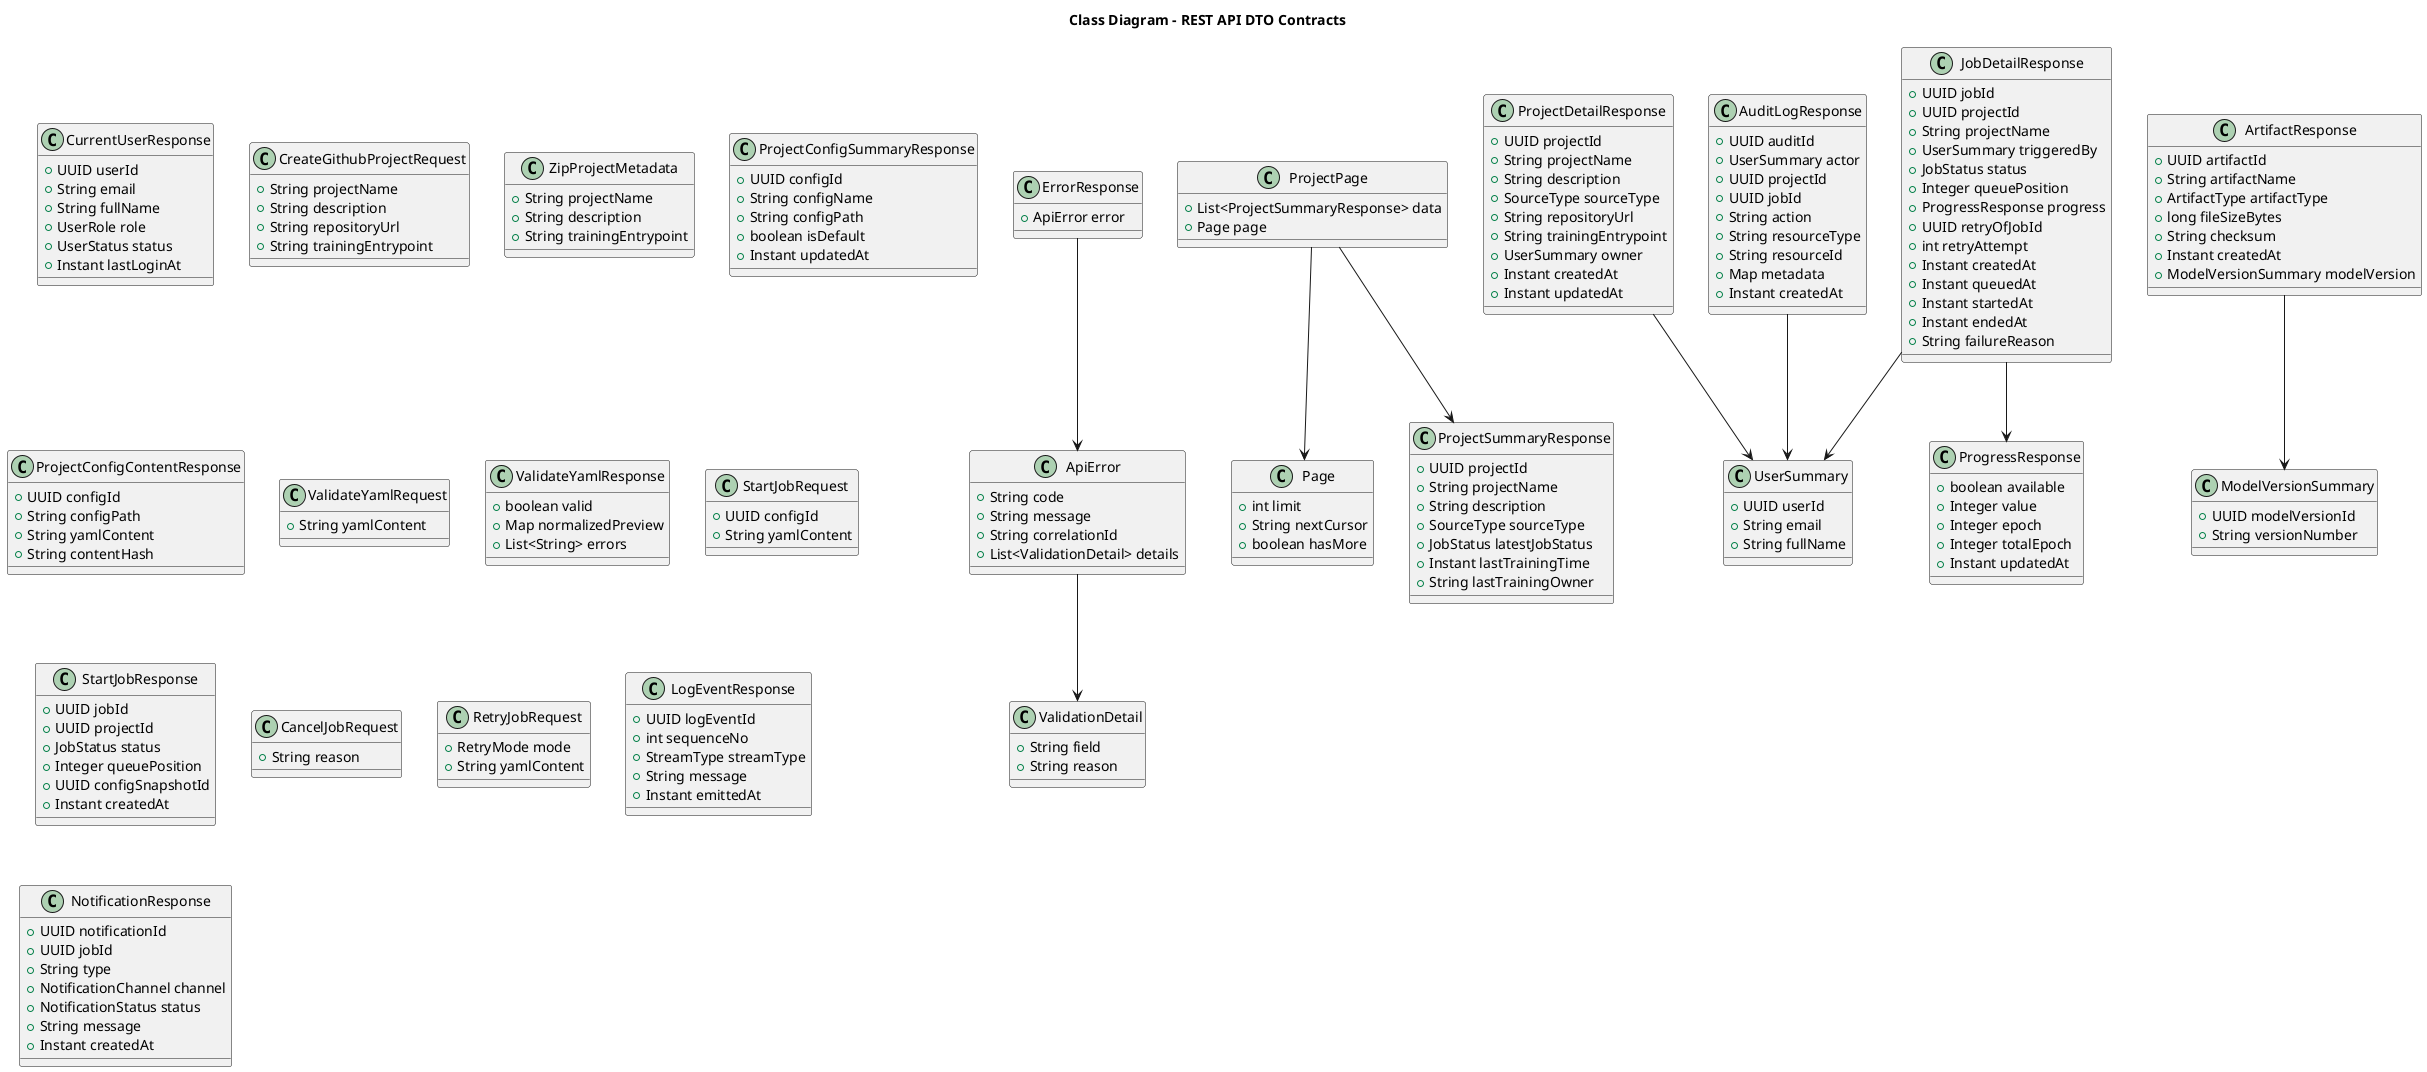
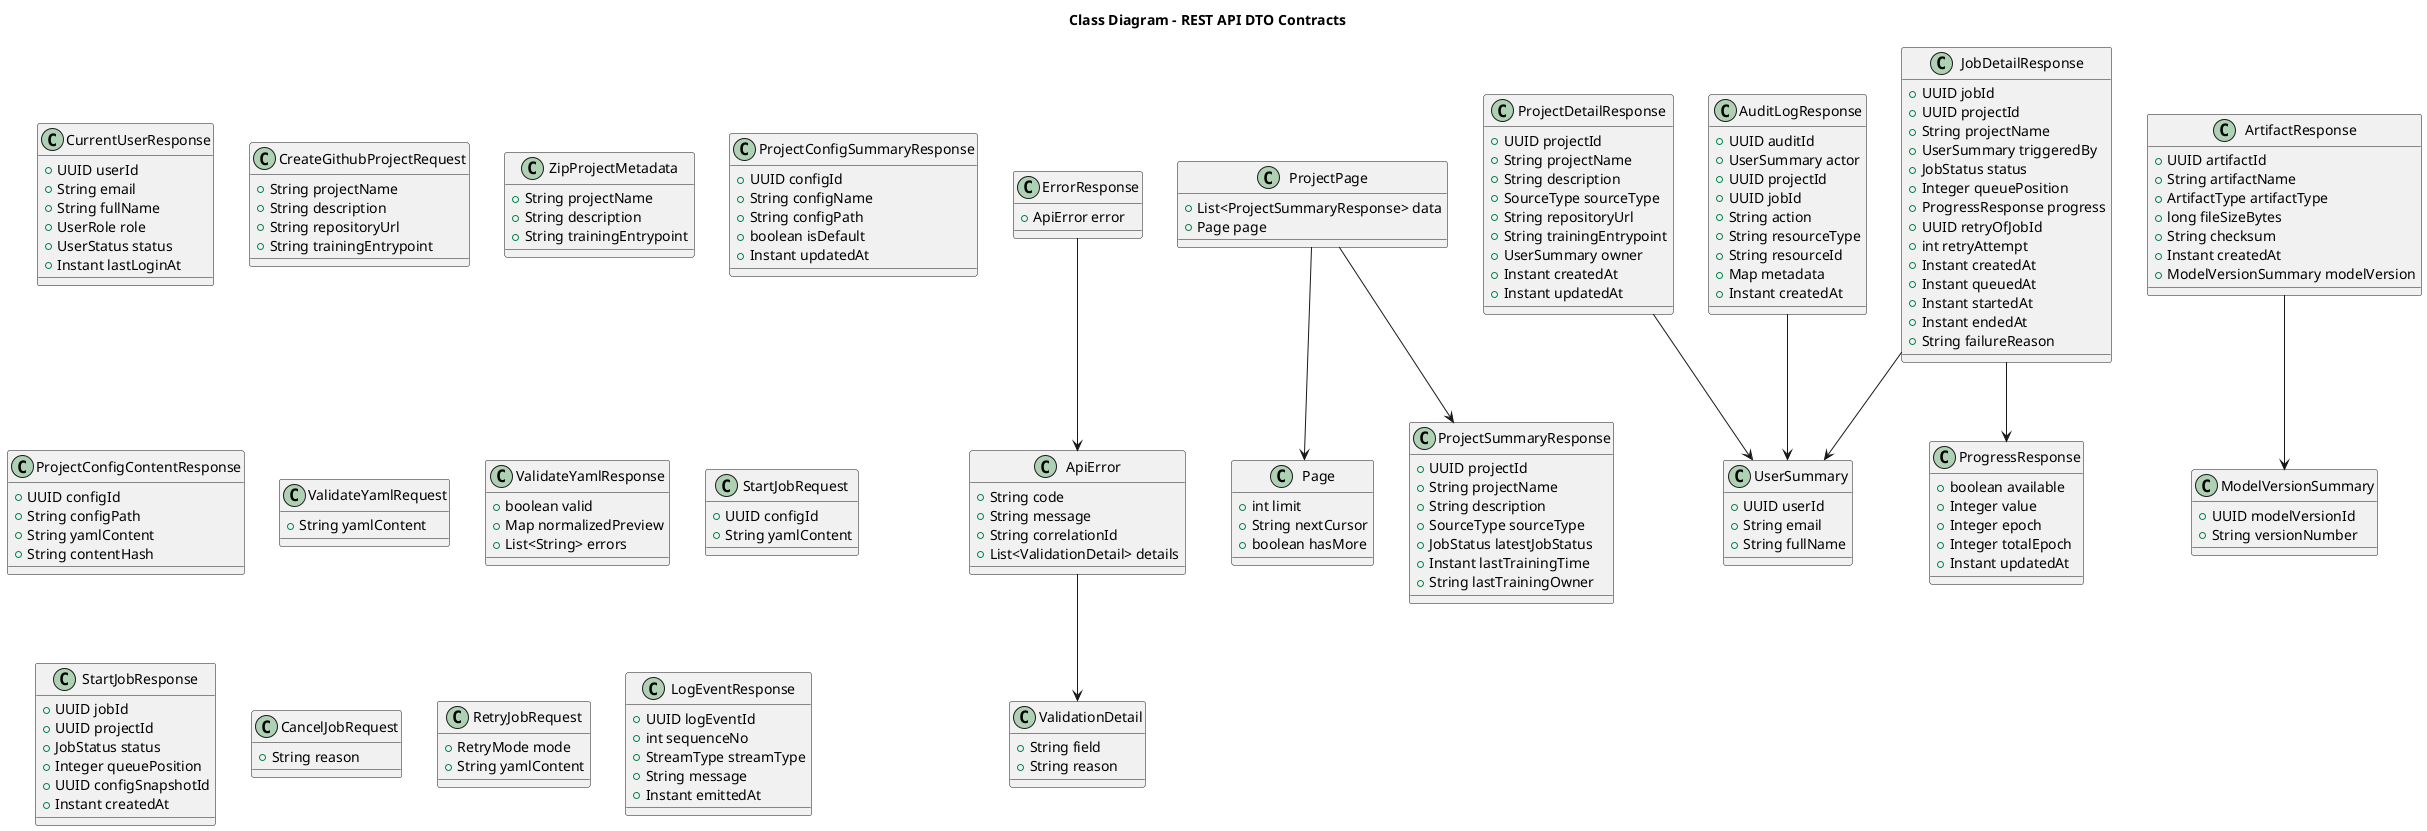
@startuml api_dto_class_diagram
title Class Diagram - REST API DTO Contracts

class ErrorResponse {
  +ApiError error
}

class ApiError {
  +String code
  +String message
  +String correlationId
  +List<ValidationDetail> details
}

class ValidationDetail {
  +String field
  +String reason
}

class Page {
  +int limit
  +String nextCursor
  +boolean hasMore
}

class CurrentUserResponse {
  +UUID userId
  +String email
  +String fullName
  +UserRole role
  +UserStatus status
  +Instant lastLoginAt
}

class CreateGithubProjectRequest {
  +String projectName
  +String description
  +String repositoryUrl
  +String trainingEntrypoint
}

class ZipProjectMetadata {
  +String projectName
  +String description
  +String trainingEntrypoint
}

class ProjectSummaryResponse {
  +UUID projectId
  +String projectName
  +String description
  +SourceType sourceType
  +JobStatus latestJobStatus
  +Instant lastTrainingTime
  +String lastTrainingOwner
}

class ProjectDetailResponse {
  +UUID projectId
  +String projectName
  +String description
  +SourceType sourceType
  +String repositoryUrl
  +String trainingEntrypoint
  +UserSummary owner
  +Instant createdAt
  +Instant updatedAt
}

class ProjectPage {
  +List<ProjectSummaryResponse> data
  +Page page
}

class ProjectConfigSummaryResponse {
  +UUID configId
  +String configName
  +String configPath
  +boolean isDefault
  +Instant updatedAt
}

class ProjectConfigContentResponse {
  +UUID configId
  +String configPath
  +String yamlContent
  +String contentHash
}

class ValidateYamlRequest {
  +String yamlContent
}

class ValidateYamlResponse {
  +boolean valid
  +Map normalizedPreview
  +List<String> errors
}

class StartJobRequest {
  +UUID configId
  +String yamlContent
}

class StartJobResponse {
  +UUID jobId
  +UUID projectId
  +JobStatus status
  +Integer queuePosition
  +UUID configSnapshotId
  +Instant createdAt
}

class JobDetailResponse {
  +UUID jobId
  +UUID projectId
  +String projectName
  +UserSummary triggeredBy
  +JobStatus status
  +Integer queuePosition
  +ProgressResponse progress
  +UUID retryOfJobId
  +int retryAttempt
  +Instant createdAt
  +Instant queuedAt
  +Instant startedAt
  +Instant endedAt
  +String failureReason
}

class ProgressResponse {
  +boolean available
  +Integer value
  +Integer epoch
  +Integer totalEpoch
  +Instant updatedAt
}

class CancelJobRequest {
  +String reason
}

class RetryJobRequest {
  +RetryMode mode
  +String yamlContent
}

class LogEventResponse {
  +UUID logEventId
  +int sequenceNo
  +StreamType streamType
  +String message
  +Instant emittedAt
}

class ArtifactResponse {
  +UUID artifactId
  +String artifactName
  +ArtifactType artifactType
  +long fileSizeBytes
  +String checksum
  +Instant createdAt
  +ModelVersionSummary modelVersion
}

- class NotificationResponse {
-   +UUID notificationId
-   +UUID jobId
-   +String type
-   +NotificationChannel channel
-   +NotificationStatus status
-   +String message
-   +Instant createdAt
- }
- 
class AuditLogResponse {
  +UUID auditId
  +UserSummary actor
  +UUID projectId
  +UUID jobId
  +String action
  +String resourceType
  +String resourceId
  +Map metadata
  +Instant createdAt
}

class UserSummary {
  +UUID userId
  +String email
  +String fullName
}

class ModelVersionSummary {
  +UUID modelVersionId
  +String versionNumber
}

ErrorResponse --> ApiError
ApiError --> ValidationDetail
ProjectPage --> ProjectSummaryResponse
ProjectPage --> Page
ProjectDetailResponse --> UserSummary
JobDetailResponse --> UserSummary
JobDetailResponse --> ProgressResponse
ArtifactResponse --> ModelVersionSummary
AuditLogResponse --> UserSummary

@enduml
